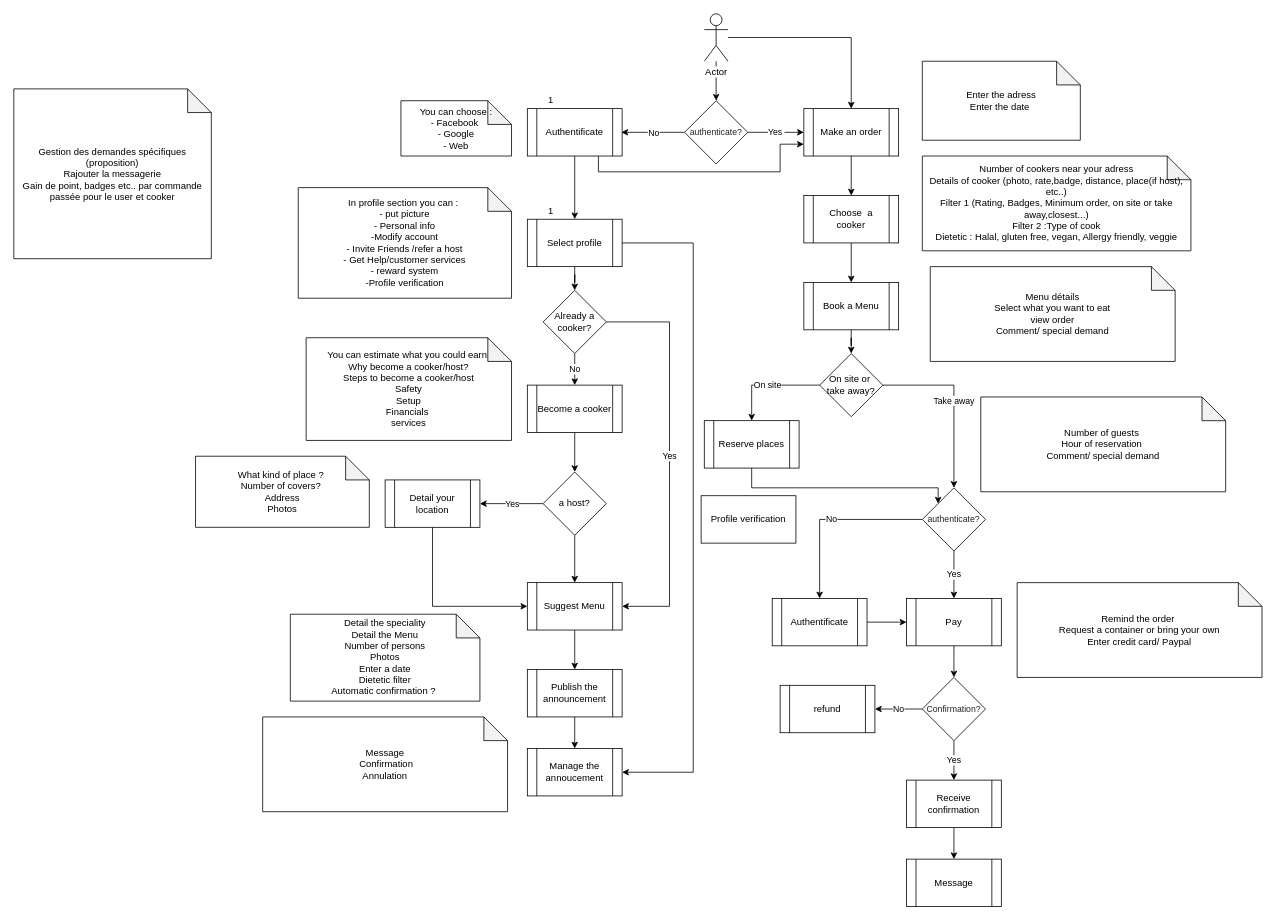
Before: IChef.drawio in ekooo/essai, a draw.io diagram. Source tidied: cells renumbered, new cells numbered last; positions are measured from the earlier drawing's top-left corner, leaving out a move shared by most shapes. Both pictures are drawn from the tidied source at 79%, with x=0, y=0 at pixel (13, 13).
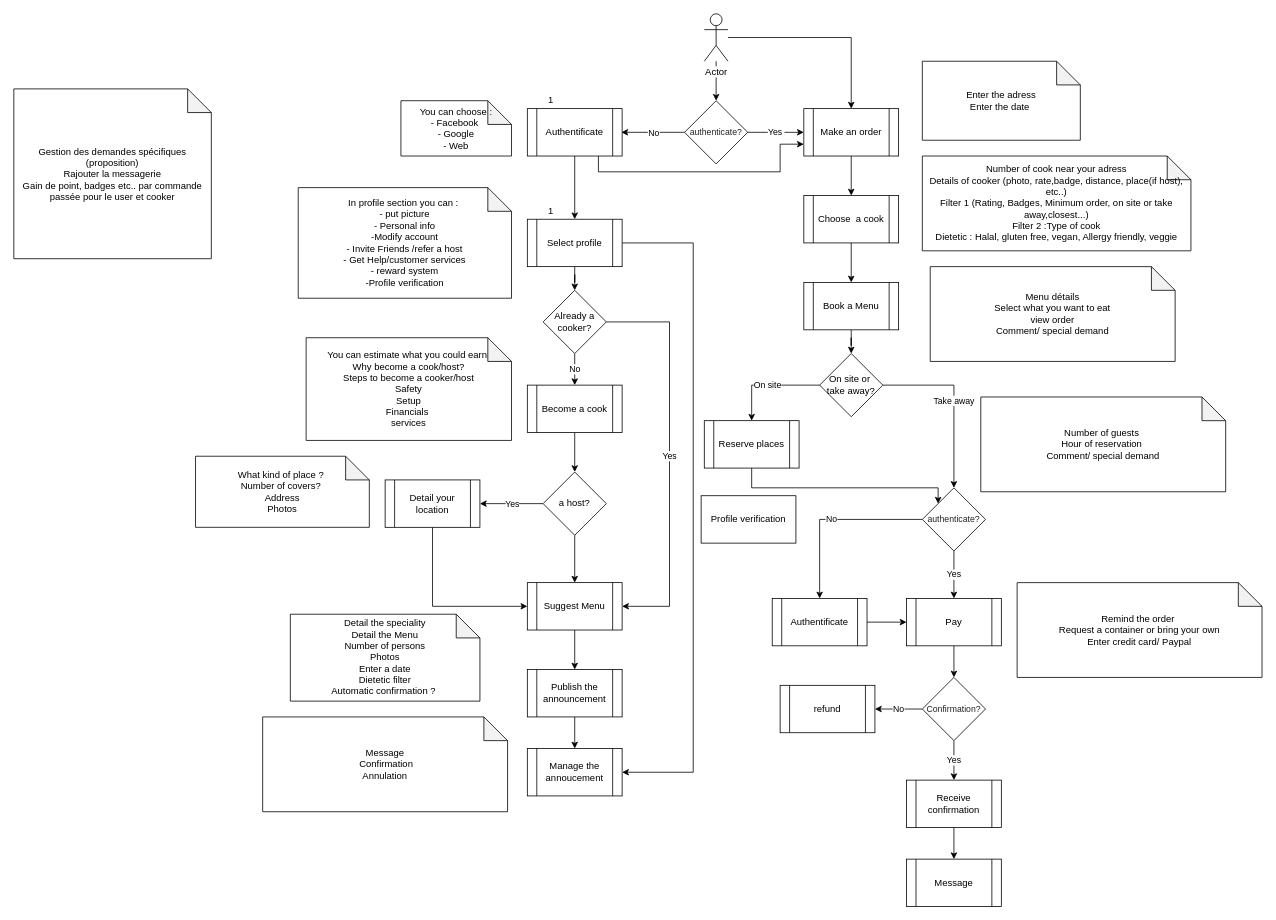
The same page after the edit.

What changed in the source:
```diff
@@
-    <mxCell id="17" value="Become a cooker" style="shape=process;whiteSpace=wrap;html=1;backgroundOutline=1;" parent="1" vertex="1">
+    <mxCell id="17" value="Become a cook" style="shape=process;whiteSpace=wrap;html=1;backgroundOutline=1;" parent="1" vertex="1">
       <mxGeometry x="650" y="470" width="120" height="60" as="geometry" />
     </mxCell>
@@
-    <mxCell id="21" value="Choose&amp;nbsp; a cooker" style="shape=process;whiteSpace=wrap;html=1;backgroundOutline=1;" parent="1" vertex="1">
+    <mxCell id="21" value="Choose&amp;nbsp; a cook" style="shape=process;whiteSpace=wrap;html=1;backgroundOutline=1;" parent="1" vertex="1">
       <mxGeometry x="1000" y="230" width="120" height="60" as="geometry" />
     </mxCell>
@@
-    <mxCell id="48" value="Number of cookers near your adress&lt;br&gt;Details of cooker (photo, rate,badge, distance, place(if host), etc..)&lt;br&gt;Filter 1 (Rating, Badges, Minimum order, on site or take away,closest...)&lt;br&gt;Filter 2 :Type of cook&lt;br&gt;Dietetic : Halal, gluten free, vegan, Allergy friendly, veggie" style="shape=note;whiteSpace=wrap;html=1;backgroundOutline=1;darkOpacity=0.05;" parent="1" vertex="1">
+    <mxCell id="48" value="Number of cook near your adress&lt;br&gt;Details of cooker (photo, rate,badge, distance, place(if host), etc..)&lt;br&gt;Filter 1 (Rating, Badges, Minimum order, on site or take away,closest...)&lt;br&gt;Filter 2 :Type of cook&lt;br&gt;Dietetic : Halal, gluten free, vegan, Allergy friendly, veggie" style="shape=note;whiteSpace=wrap;html=1;backgroundOutline=1;darkOpacity=0.05;" parent="1" vertex="1">
       <mxGeometry x="1150" y="180" width="340" height="120" as="geometry" />
     </mxCell>
@@
-    <mxCell id="50" value="You can estimate what you could earn&amp;nbsp;&lt;br&gt;Why become a cooker/host?&lt;br&gt;Steps to become a cooker/host&lt;br&gt;Safety&lt;br&gt;Setup&lt;br&gt;Financials&amp;nbsp;&lt;br&gt;services&lt;br&gt;" style="shape=note;whiteSpace=wrap;html=1;backgroundOutline=1;darkOpacity=0.05;" parent="1" vertex="1">
+    <mxCell id="50" value="You can estimate what you could earn&amp;nbsp;&lt;br&gt;Why become a cook/host?&lt;br&gt;Steps to become a cooker/host&lt;br&gt;Safety&lt;br&gt;Setup&lt;br&gt;Financials&amp;nbsp;&lt;br&gt;services" style="shape=note;whiteSpace=wrap;html=1;backgroundOutline=1;darkOpacity=0.05;" parent="1" vertex="1">
       <mxGeometry x="370" y="410" width="260" height="130" as="geometry" />
     </mxCell>
```
